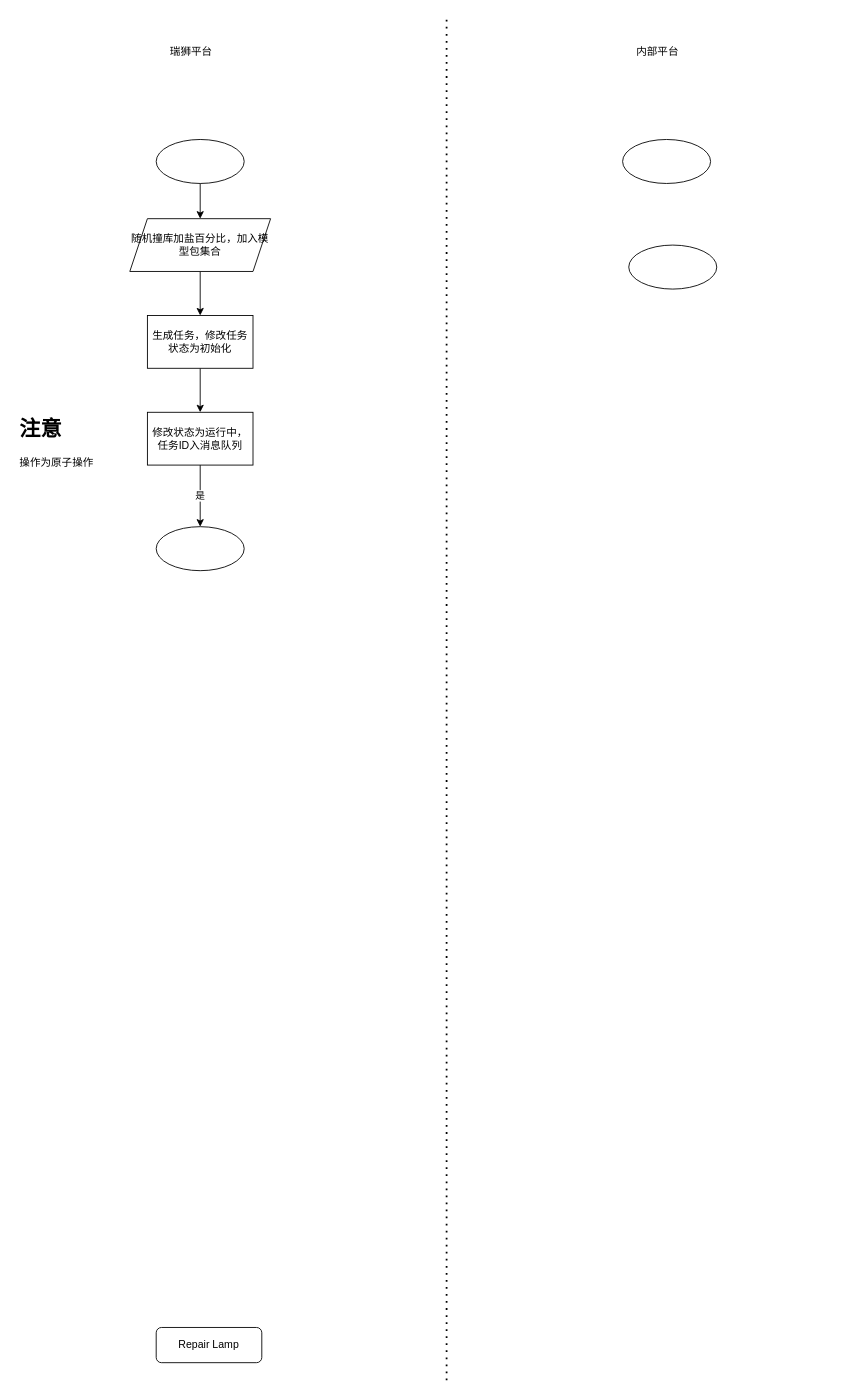
hack0303/draw.io-store keeps this draw.io diagram as 问询任务业务逻辑流程图.drawio. Above is the earlier version. Source tidied: cells renumbered, new cells numbered last; positions are measured from the earlier drawing's top-left corner, leaving out a move shared by most shapes. Both pictures are drawn from the tidied source at 88%, with x=0, y=0 at pixel (15, 16).
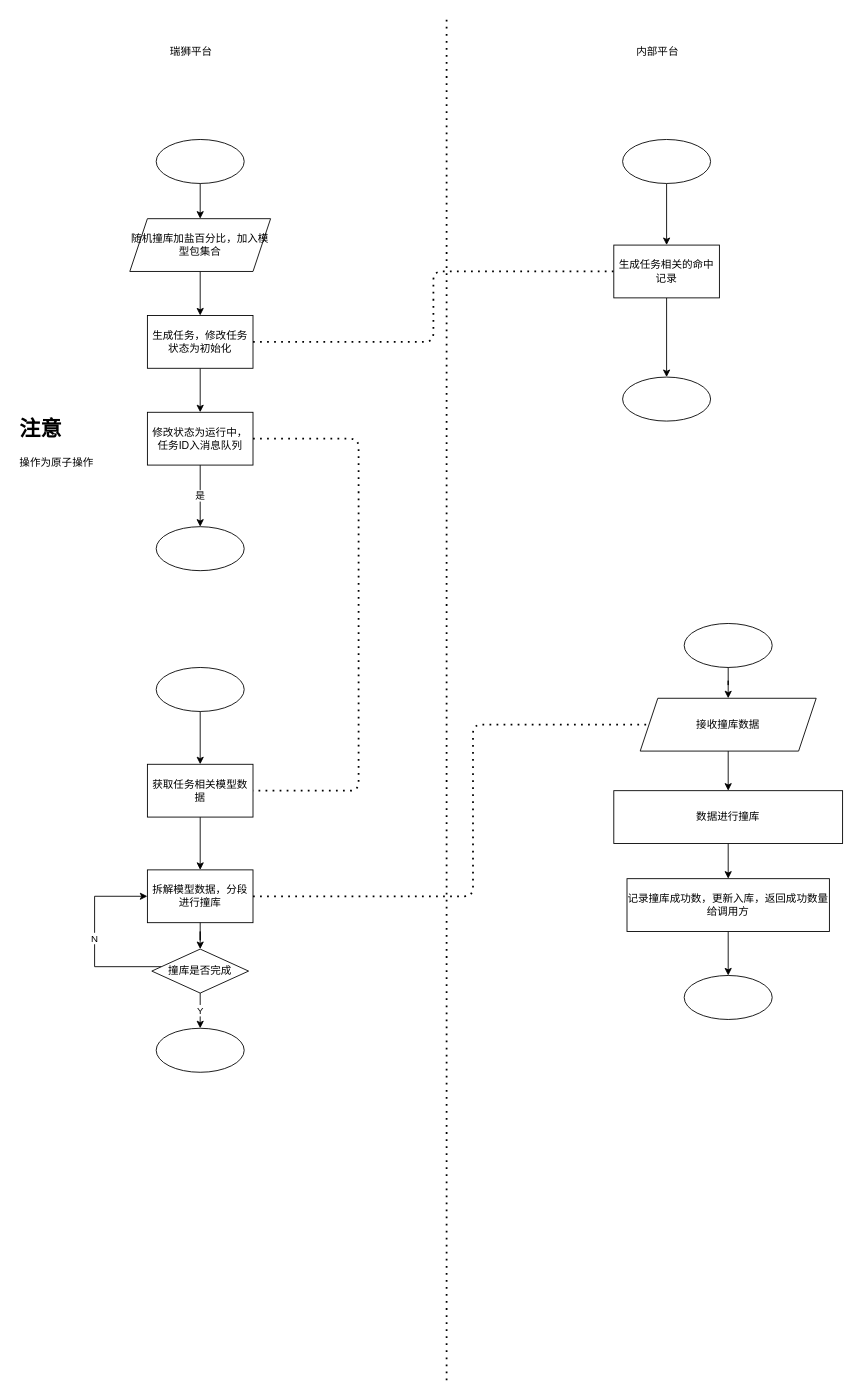
After the change.

Commit message (it also covers changes not shown here):
Update 问询任务业务逻辑流程图.drawio

The change refers to these unchanged cells:
```xml
<mxCell id="10" style="ellipse;whiteSpace=wrap;html=1;" parent="1" vertex="1">
  <mxGeometry x="690" y="140" width="100" height="50" as="geometry" />
</mxCell>
<mxCell id="12" value="生成任务，修改任务状态为初始化" style="rounded=0;whiteSpace=wrap;html=1;" parent="1" vertex="1">
  <mxGeometry x="150" y="340" width="120" height="60" as="geometry" />
</mxCell>
<mxCell id="16" value="修改状态为运行中，任务ID入消息队列" style="rounded=0;whiteSpace=wrap;html=1;" parent="1" vertex="1">
  <mxGeometry x="150" y="450" width="120" height="60" as="geometry" />
</mxCell>
```

Change to the diagram source:
```diff
@@
-    <mxCell id="5" value="Repair Lamp" style="rounded=1;whiteSpace=wrap;html=1;fontSize=12;glass=0;strokeWidth=1;shadow=0;" parent="1" vertex="1">
-      <mxGeometry x="160" y="1490" width="120" height="40" as="geometry" />
-    </mxCell>
@@
     <mxCell id="9" style="ellipse;whiteSpace=wrap;html=1;" parent="1" vertex="1">
-      <mxGeometry x="697" y="260" width="100" height="50" as="geometry" />
+      <mxGeometry x="690" y="410" width="100" height="50" as="geometry" />
     </mxCell>
+    <mxCell id="18" style="edgeStyle=orthogonalEdgeStyle;rounded=0;jettySize=auto;html=1;" parent="1" edge="1" source="10" target="30">
+      <mxGeometry relative="1" as="geometry" />
+    </mxCell>
@@
+    <mxCell id="19" style="ellipse;whiteSpace=wrap;html=1;" parent="1" vertex="1">
+      <mxGeometry x="760" y="1090" width="100" height="50" as="geometry" />
+    </mxCell>
+    <mxCell id="20" style="edgeStyle=orthogonalEdgeStyle;rounded=0;jettySize=auto;html=1;" parent="1" edge="1" source="24" target="23">
+      <mxGeometry relative="1" as="geometry" />
+    </mxCell>
+    <mxCell id="21" style="ellipse;whiteSpace=wrap;html=1;" parent="1" vertex="1">
+      <mxGeometry x="760" y="690" width="100" height="50" as="geometry" />
+    </mxCell>
+    <mxCell id="22" style="edgeStyle=orthogonalEdgeStyle;rounded=0;jettySize=auto;html=1;" parent="1" edge="1" source="23" target="27">
+      <mxGeometry relative="1" as="geometry" />
+    </mxCell>
+    <mxCell id="23" value="数据进行撞库" style="rounded=0;whiteSpace=wrap;html=1;" parent="1" vertex="1">
+      <mxGeometry x="680" y="880" width="260" height="60" as="geometry" />
+    </mxCell>
+    <mxCell id="24" value="接收撞库数据" style="shape=parallelogram;perimeter=parallelogramPerimeter;whiteSpace=wrap;html=1;fixedSize=1;" parent="1" vertex="1">
+      <mxGeometry x="710" y="775" width="200" height="60" as="geometry" />
+    </mxCell>
+    <mxCell id="25" style="edgeStyle=orthogonalEdgeStyle;rounded=0;jettySize=auto;html=1;" parent="1" edge="1" source="21" target="24">
+      <mxGeometry relative="1" as="geometry" />
+    </mxCell>
+    <mxCell id="26" style="edgeStyle=orthogonalEdgeStyle;rounded=0;jettySize=auto;html=1;" parent="1" edge="1" source="27" target="19">
+      <mxGeometry relative="1" as="geometry" />
+    </mxCell>
+    <mxCell id="27" value="记录撞库成功数，更新入库，返回成功数量给调用方" style="rounded=0;whiteSpace=wrap;html=1;" parent="1" vertex="1">
+      <mxGeometry x="695" y="980" width="230" height="60" as="geometry" />
+    </mxCell>
+    <mxCell id="28" style="endArrow=none;dashed=1;html=1;dashPattern=1 3;strokeWidth=2;exitX=1;exitY=0.5;exitDx=0;exitDy=0;entryX=0;entryY=0.5;entryDx=0;entryDy=0;edgeStyle=orthogonalEdgeStyle;" parent="1" edge="1" source="12" target="30">
+      <mxGeometry relative="1" as="geometry" />
+    </mxCell>
+    <mxCell id="29" style="edgeStyle=orthogonalEdgeStyle;rounded=0;jettySize=auto;html=1;" parent="1" edge="1" source="30" target="9">
+      <mxGeometry relative="1" as="geometry" />
+    </mxCell>
+    <mxCell id="30" value="生成任务相关的命中记录" style="rounded=0;whiteSpace=wrap;html=1;" parent="1" vertex="1">
+      <mxGeometry x="680" y="260" width="120" height="60" as="geometry" />
+    </mxCell>
+    <mxCell id="31" style="edgeStyle=orthogonalEdgeStyle;rounded=0;jettySize=auto;html=1;" parent="1" edge="1" source="32" target="35">
+      <mxGeometry relative="1" as="geometry" />
+    </mxCell>
+    <mxCell id="32" style="ellipse;whiteSpace=wrap;html=1;" parent="1" vertex="1">
+      <mxGeometry x="160" y="740" width="100" height="50" as="geometry" />
+    </mxCell>
+    <mxCell id="33" style="ellipse;whiteSpace=wrap;html=1;" parent="1" vertex="1">
+      <mxGeometry x="160" y="1150" width="100" height="50" as="geometry" />
+    </mxCell>
+    <mxCell id="34" style="edgeStyle=orthogonalEdgeStyle;rounded=0;jettySize=auto;html=1;" parent="1" edge="1" source="35" target="38">
+      <mxGeometry relative="1" as="geometry" />
+    </mxCell>
+    <mxCell id="35" value="获取任务相关模型数据" style="rounded=0;whiteSpace=wrap;html=1;" parent="1" vertex="1">
+      <mxGeometry x="150" y="850" width="120" height="60" as="geometry" />
+    </mxCell>
+    <mxCell id="36" style="endArrow=none;dashed=1;html=1;dashPattern=1 3;strokeWidth=2;exitX=1;exitY=0.5;exitDx=0;exitDy=0;entryX=1;entryY=0.5;entryDx=0;entryDy=0;edgeStyle=orthogonalEdgeStyle;" parent="1" edge="1" source="16" target="35">
+      <mxGeometry relative="1" as="geometry">
+        <Array as="points">
+          <mxPoint x="390" y="480" />
+          <mxPoint x="390" y="880" />
+        </Array>
+      </mxGeometry>
+    </mxCell>
+    <mxCell id="37" value="Y" style="edgeStyle=orthogonalEdgeStyle;rounded=0;jettySize=auto;html=1;" parent="1" edge="1" source="41" target="33">
+      <mxGeometry relative="1" as="geometry" />
+    </mxCell>
+    <mxCell id="38" value="拆解模型数据，分段进行撞库" style="rounded=0;whiteSpace=wrap;html=1;" parent="1" vertex="1">
+      <mxGeometry x="150" y="970" width="120" height="60" as="geometry" />
+    </mxCell>
+    <mxCell id="39" style="endArrow=none;dashed=1;html=1;dashPattern=1 3;strokeWidth=2;exitX=1;exitY=0.5;exitDx=0;exitDy=0;entryX=0;entryY=0.5;entryDx=0;entryDy=0;edgeStyle=orthogonalEdgeStyle;" parent="1" edge="1" source="38" target="24">
+      <mxGeometry relative="1" as="geometry">
+        <Array as="points">
+          <mxPoint x="520" y="1000" />
+          <mxPoint x="520" y="805" />
+        </Array>
+      </mxGeometry>
+    </mxCell>
+    <mxCell id="40" value="N" style="edgeStyle=orthogonalEdgeStyle;rounded=0;jettySize=auto;html=1;entryX=0;entryY=0.5;entryDx=0;entryDy=0;" parent="1" edge="1" source="41" target="38">
+      <mxGeometry relative="1" as="geometry">
+        <Array as="points">
+          <mxPoint x="90" y="1080" />
+          <mxPoint x="90" y="1000" />
+        </Array>
+      </mxGeometry>
+    </mxCell>
+    <mxCell id="41" value="撞库是否完成" style="rhombus;whiteSpace=wrap;html=1;" parent="1" vertex="1">
+      <mxGeometry x="155" y="1060" width="110" height="50" as="geometry" />
+    </mxCell>
+    <mxCell id="42" style="edgeStyle=orthogonalEdgeStyle;rounded=0;jettySize=auto;html=1;" parent="1" edge="1" source="38" target="41">
+      <mxGeometry relative="1" as="geometry" />
+    </mxCell>
```
